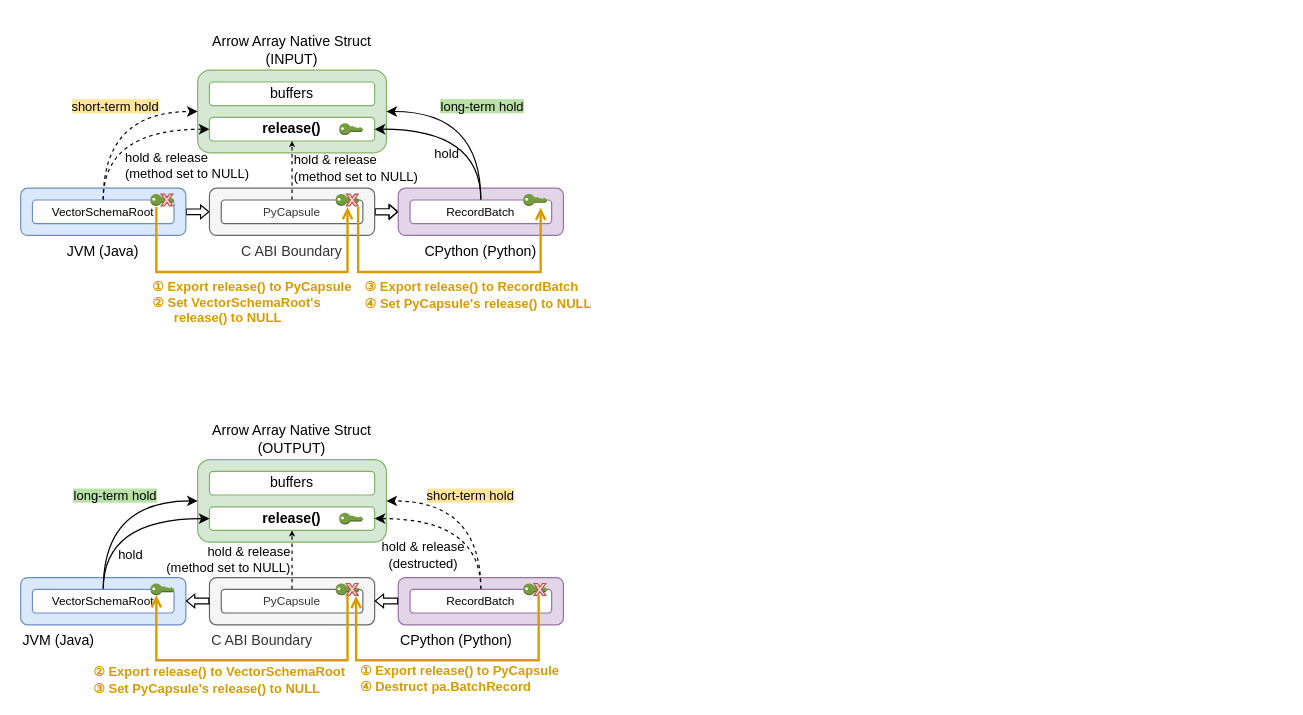
Above: page "transfer-owner" (6 of 14) of grad.drawio in shinyano/drawio (draw.io), before the change. Source tidied: cells renumbered, new cells numbered last; positions are measured from the earlier drawing's top-left corner, leaving out a move shared by most shapes. Both pictures are drawn from the tidied source at 118%, with x=0, y=0 at pixel (20, 70).
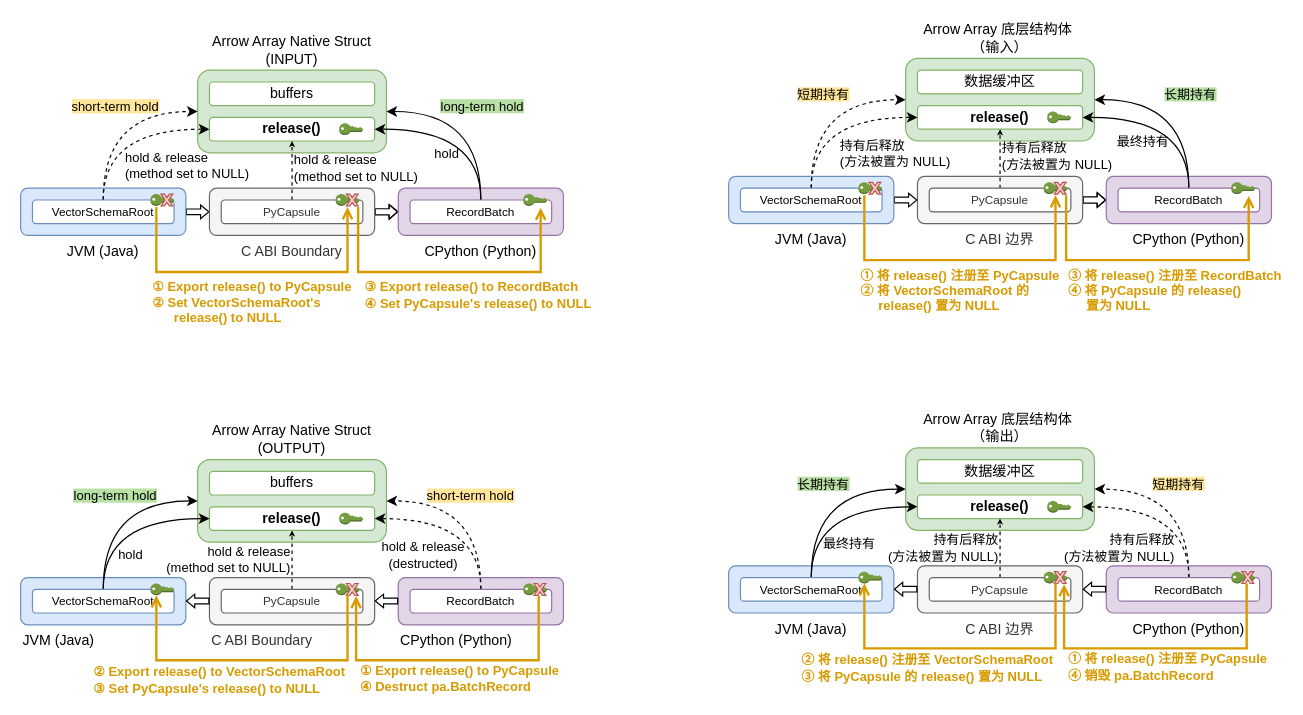
After the change.

Change to the diagram source:
```diff
@@
+    <mxCell id="64" value="Arrow Array 底层结构体&amp;nbsp;&lt;div&gt;（输入）&lt;/div&gt;" style="rounded=1;whiteSpace=wrap;html=1;labelPosition=center;verticalLabelPosition=top;align=center;verticalAlign=bottom;fillColor=#d5e8d4;strokeColor=#82b366;" parent="1" vertex="1">
+      <mxGeometry x="750" y="-10" width="160" height="70" as="geometry" />
+    </mxCell>
+    <mxCell id="65" value="数据缓冲区" style="rounded=1;whiteSpace=wrap;html=1;fillColor=default;strokeColor=#82b366;" parent="1" vertex="1">
+      <mxGeometry x="760" width="140" height="20" as="geometry" />
+    </mxCell>
+    <mxCell id="66" value="release()" style="rounded=1;whiteSpace=wrap;html=1;fillColor=default;strokeColor=#82b366;fontStyle=1;" parent="1" vertex="1">
+      <mxGeometry x="760" y="30" width="140" height="20" as="geometry" />
+    </mxCell>
+    <mxCell id="67" style="dashed=0;verticalLabelPosition=bottom;verticalAlign=top;align=center;html=1;shape=mxgraph.aws3.add_on;fillColor=#759C3E;gradientColor=none;" parent="1" vertex="1">
+      <mxGeometry x="870" y="35" width="20" height="10" as="geometry" />
+    </mxCell>
+    <mxCell id="68" style="edgeStyle=orthogonalEdgeStyle;rounded=0;jettySize=auto;html=1;exitX=1;exitY=0.5;exitDx=0;exitDy=0;entryX=0;entryY=0.5;entryDx=0;entryDy=0;shape=flexArrow;width=4.814814814814815;endSize=2.009259259259259;endWidth=5.757887517146776;" parent="1" edge="1" source="69" target="77">
+      <mxGeometry relative="1" as="geometry" />
+    </mxCell>
+    <mxCell id="69" value="JVM (Java)" style="rounded=1;whiteSpace=wrap;html=1;verticalAlign=top;labelPosition=center;verticalLabelPosition=bottom;align=center;fillColor=#dae8fc;strokeColor=#6c8ebf;" parent="1" vertex="1">
+      <mxGeometry x="600" y="90" width="140" height="40" as="geometry" />
+    </mxCell>
+    <mxCell id="70" style="edgeStyle=orthogonalEdgeStyle;rounded=0;jettySize=auto;html=1;exitX=0.5;exitY=0;exitDx=0;exitDy=0;entryX=0;entryY=0.5;entryDx=0;entryDy=0;curved=1;dashed=1;" parent="1" edge="1" source="74" target="64">
+      <mxGeometry relative="1" as="geometry" />
+    </mxCell>
+    <mxCell id="71" value="&lt;span style=&quot;background-color: rgb(255, 229, 153);&quot;&gt;短期持有&lt;/span&gt;" style="edgeLabel;html=1;align=center;verticalAlign=middle;labelBackgroundColor=none;" parent="70" vertex="1">
+      <mxGeometry x="0.32" y="-18" relative="1" as="geometry">
+        <mxPoint x="-18" y="-23" as="offset" />
+      </mxGeometry>
+    </mxCell>
+    <mxCell id="72" style="edgeStyle=orthogonalEdgeStyle;rounded=0;jettySize=auto;html=1;exitX=0.5;exitY=0;exitDx=0;exitDy=0;entryX=0;entryY=0.5;entryDx=0;entryDy=0;curved=1;dashed=1;" parent="1" edge="1" source="74" target="66">
+      <mxGeometry relative="1" as="geometry" />
+    </mxCell>
+    <mxCell id="73" value="&lt;div style=&quot;text-align: left;&quot;&gt;&lt;span style=&quot;background-color: transparent; color: light-dark(rgb(0, 0, 0), rgb(255, 255, 255));&quot;&gt;持有后释放&lt;/span&gt;&lt;/div&gt;&lt;div style=&quot;&quot;&gt;(方法&lt;span style=&quot;text-align: left;&quot;&gt;被置为 NULL&lt;/span&gt;)&lt;/div&gt;" style="edgeLabel;html=1;align=center;verticalAlign=middle;labelBackgroundColor=none;" parent="72" vertex="1">
+      <mxGeometry x="0.52" y="-6" relative="1" as="geometry">
+        <mxPoint x="16" y="24" as="offset" />
+      </mxGeometry>
+    </mxCell>
+    <mxCell id="74" value="VectorSchemaRoot" style="rounded=1;whiteSpace=wrap;html=1;fillColor=default;strokeColor=#6c8ebf;fontSize=10;" parent="1" vertex="1">
+      <mxGeometry x="610" y="100" width="120" height="20" as="geometry" />
+    </mxCell>
+    <mxCell id="75" style="dashed=0;verticalLabelPosition=bottom;verticalAlign=top;align=center;html=1;shape=mxgraph.aws3.add_on;fillColor=#759C3E;gradientColor=none;" parent="1" vertex="1">
+      <mxGeometry x="710" y="95" width="20" height="10" as="geometry" />
+    </mxCell>
+    <mxCell id="76" style="edgeStyle=orthogonalEdgeStyle;rounded=0;jettySize=auto;html=1;entryX=0;entryY=0.5;entryDx=0;entryDy=0;strokeColor=default;align=center;verticalAlign=middle;fontFamily=Helvetica;fontSize=11;fontColor=default;labelBackgroundColor=default;endArrow=classic;shape=flexArrow;width=5.1923076923076925;endSize=2.0749999999999997;endWidth=6.26886145404664;" parent="1" edge="1" source="77" target="83">
+      <mxGeometry relative="1" as="geometry" />
+    </mxCell>
+    <mxCell id="77" value="C ABI 边界" style="rounded=1;whiteSpace=wrap;html=1;fillColor=#f5f5f5;fontColor=#333333;strokeColor=#666666;labelPosition=center;verticalLabelPosition=bottom;align=center;verticalAlign=top;" parent="1" vertex="1">
+      <mxGeometry x="760" y="90" width="140" height="40" as="geometry" />
+    </mxCell>
+    <mxCell id="78" style="edgeStyle=orthogonalEdgeStyle;rounded=0;jettySize=auto;html=1;exitX=0.5;exitY=0;exitDx=0;exitDy=0;entryX=0.5;entryY=1;entryDx=0;entryDy=0;dashed=1;endSize=2;jumpStyle=gap;" parent="1" edge="1" source="80" target="66">
+      <mxGeometry relative="1" as="geometry" />
+    </mxCell>
+    <mxCell id="79" value="&lt;div style=&quot;&quot;&gt;&lt;div&gt;&lt;span style=&quot;background-color: transparent; color: light-dark(rgb(0, 0, 0), rgb(255, 255, 255));&quot;&gt;持有后释放&lt;/span&gt;&lt;/div&gt;&lt;div style=&quot;text-align: center;&quot;&gt;(方法&lt;span style=&quot;text-align: left;&quot;&gt;被置为 NULL&lt;/span&gt;)&lt;/div&gt;&lt;/div&gt;" style="edgeLabel;html=1;align=left;verticalAlign=middle;labelBackgroundColor=none;" parent="78" vertex="1">
+      <mxGeometry x="0.02" y="-3" relative="1" as="geometry">
+        <mxPoint x="-3" y="-2" as="offset" />
+      </mxGeometry>
+    </mxCell>
+    <mxCell id="80" value="PyCapsule" style="rounded=1;whiteSpace=wrap;html=1;fillColor=default;strokeColor=#666666;fontSize=10;fontColor=#333333;" parent="1" vertex="1">
+      <mxGeometry x="770" y="100" width="120" height="20" as="geometry" />
+    </mxCell>
+    <mxCell id="81" style="dashed=0;verticalLabelPosition=bottom;verticalAlign=top;align=center;html=1;shape=mxgraph.aws3.add_on;fillColor=#759C3E;gradientColor=none;" parent="1" vertex="1">
+      <mxGeometry x="867" y="95" width="20" height="10" as="geometry" />
+    </mxCell>
+    <mxCell id="82" style="verticalLabelPosition=bottom;verticalAlign=top;html=1;shape=mxgraph.basic.x;fillColor=#f8cecc;strokeColor=#b85450;" parent="1" vertex="1">
+      <mxGeometry x="876" y="95" width="10" height="10" as="geometry" />
+    </mxCell>
+    <mxCell id="83" value="CPython (Python)" style="rounded=1;whiteSpace=wrap;html=1;fillColor=#e1d5e7;strokeColor=#9673a6;labelPosition=center;verticalLabelPosition=bottom;align=center;verticalAlign=top;" parent="1" vertex="1">
+      <mxGeometry x="920" y="90" width="140" height="40" as="geometry" />
+    </mxCell>
+    <mxCell id="84" style="edgeStyle=orthogonalEdgeStyle;rounded=0;jettySize=auto;html=1;exitX=0.5;exitY=0;exitDx=0;exitDy=0;entryX=1;entryY=0.5;entryDx=0;entryDy=0;curved=1;" parent="1" edge="1" source="87" target="64">
+      <mxGeometry relative="1" as="geometry" />
+    </mxCell>
+    <mxCell id="85" style="edgeStyle=orthogonalEdgeStyle;rounded=0;jettySize=auto;html=1;exitX=0.5;exitY=0;exitDx=0;exitDy=0;entryX=1;entryY=0.5;entryDx=0;entryDy=0;curved=1;" parent="1" edge="1" source="87" target="66">
+      <mxGeometry relative="1" as="geometry" />
+    </mxCell>
+    <mxCell id="86" value="最终持有" style="edgeLabel;html=1;align=center;verticalAlign=middle;labelBackgroundColor=none;" parent="85" vertex="1">
+      <mxGeometry x="0.26" y="12" relative="1" as="geometry">
+        <mxPoint x="-5" y="8" as="offset" />
+      </mxGeometry>
+    </mxCell>
+    <mxCell id="87" value="RecordBatch" style="rounded=1;whiteSpace=wrap;html=1;fillColor=default;strokeColor=#9673a6;fontSize=10;" parent="1" vertex="1">
+      <mxGeometry x="930" y="100" width="120" height="20" as="geometry" />
+    </mxCell>
+    <mxCell id="88" style="dashed=0;verticalLabelPosition=bottom;verticalAlign=top;align=center;html=1;shape=mxgraph.aws3.add_on;fillColor=#759C3E;gradientColor=none;" parent="1" vertex="1">
+      <mxGeometry x="1026" y="95" width="20" height="10" as="geometry" />
+    </mxCell>
+    <mxCell id="89" style="verticalLabelPosition=bottom;verticalAlign=top;html=1;shape=mxgraph.basic.x;fillColor=#f8cecc;strokeColor=#b85450;" parent="1" vertex="1">
+      <mxGeometry x="719" y="95" width="10" height="10" as="geometry" />
+    </mxCell>
+    <mxCell id="90" value="Arrow Array 底层结构体&amp;nbsp;&lt;div&gt;（输出）&lt;/div&gt;" style="rounded=1;whiteSpace=wrap;html=1;labelPosition=center;verticalLabelPosition=top;align=center;verticalAlign=bottom;fillColor=#d5e8d4;strokeColor=#82b366;" parent="1" vertex="1">
+      <mxGeometry x="750" y="320" width="160" height="70" as="geometry" />
+    </mxCell>
+    <mxCell id="91" value="数据缓冲区" style="rounded=1;whiteSpace=wrap;html=1;fillColor=default;strokeColor=#82b366;" parent="1" vertex="1">
+      <mxGeometry x="760" y="330" width="140" height="20" as="geometry" />
+    </mxCell>
+    <mxCell id="92" value="release()" style="rounded=1;whiteSpace=wrap;html=1;fillColor=default;strokeColor=#82b366;fontStyle=1;" parent="1" vertex="1">
+      <mxGeometry x="760" y="360" width="140" height="20" as="geometry" />
+    </mxCell>
+    <mxCell id="93" style="dashed=0;verticalLabelPosition=bottom;verticalAlign=top;align=center;html=1;shape=mxgraph.aws3.add_on;fillColor=#759C3E;gradientColor=none;" parent="1" vertex="1">
+      <mxGeometry x="870" y="365" width="20" height="10" as="geometry" />
+    </mxCell>
+    <mxCell id="94" value="JVM (Java)" style="rounded=1;whiteSpace=wrap;html=1;verticalAlign=top;labelPosition=center;verticalLabelPosition=bottom;align=center;fillColor=#dae8fc;strokeColor=#6c8ebf;" parent="1" vertex="1">
+      <mxGeometry x="600" y="420" width="140" height="40" as="geometry" />
+    </mxCell>
+    <mxCell id="95" style="edgeStyle=orthogonalEdgeStyle;rounded=0;jettySize=auto;html=1;exitX=0.5;exitY=0;exitDx=0;exitDy=0;entryX=0;entryY=0.5;entryDx=0;entryDy=0;curved=1;" parent="1" edge="1" source="99" target="90">
+      <mxGeometry relative="1" as="geometry" />
+    </mxCell>
+    <mxCell id="96" value="&lt;span style=&quot;background-color: rgb(185, 224, 165);&quot;&gt;长期持有&lt;/span&gt;" style="edgeLabel;html=1;align=center;verticalAlign=middle;labelBackgroundColor=none;" parent="95" vertex="1">
+      <mxGeometry x="0.32" y="-18" relative="1" as="geometry">
+        <mxPoint x="-18" y="-23" as="offset" />
+      </mxGeometry>
+    </mxCell>
+    <mxCell id="97" style="edgeStyle=orthogonalEdgeStyle;rounded=0;jettySize=auto;html=1;exitX=0.5;exitY=0;exitDx=0;exitDy=0;entryX=0;entryY=0.5;entryDx=0;entryDy=0;curved=1;" parent="1" edge="1" source="99" target="92">
+      <mxGeometry relative="1" as="geometry" />
+    </mxCell>
+    <mxCell id="98" value="最终持有" style="edgeLabel;html=1;align=center;verticalAlign=middle;labelBackgroundColor=none;" parent="97" vertex="1">
+      <mxGeometry x="0.52" y="-6" relative="1" as="geometry">
+        <mxPoint x="-23" y="24" as="offset" />
+      </mxGeometry>
+    </mxCell>
+    <mxCell id="99" value="VectorSchemaRoot" style="rounded=1;whiteSpace=wrap;html=1;fillColor=default;strokeColor=#6c8ebf;fontSize=10;" parent="1" vertex="1">
+      <mxGeometry x="610" y="430" width="120" height="20" as="geometry" />
+    </mxCell>
+    <mxCell id="100" style="outlineConnect=0;dashed=0;verticalLabelPosition=bottom;verticalAlign=top;align=center;html=1;shape=mxgraph.aws3.add_on;fillColor=#759C3E;gradientColor=none;" parent="1" vertex="1">
+      <mxGeometry x="710" y="425" width="20" height="10" as="geometry" />
+    </mxCell>
+    <mxCell id="101" value="C ABI 边界" style="rounded=1;whiteSpace=wrap;html=1;fillColor=#f5f5f5;fontColor=#333333;strokeColor=#666666;labelPosition=center;verticalLabelPosition=bottom;align=center;verticalAlign=top;" parent="1" vertex="1">
+      <mxGeometry x="760" y="420" width="140" height="40" as="geometry" />
+    </mxCell>
+    <mxCell id="102" style="edgeStyle=orthogonalEdgeStyle;rounded=0;jettySize=auto;html=1;exitX=0.5;exitY=0;exitDx=0;exitDy=0;entryX=0.5;entryY=1;entryDx=0;entryDy=0;dashed=1;endSize=2;jumpStyle=gap;" parent="1" edge="1" source="104" target="92">
+      <mxGeometry relative="1" as="geometry" />
+    </mxCell>
+    <mxCell id="103" value="&lt;div style=&quot;&quot;&gt;&lt;div style=&quot;&quot;&gt;&lt;span style=&quot;background-color: transparent; color: light-dark(rgb(0, 0, 0), rgb(255, 255, 255));&quot;&gt;持有后释放&lt;/span&gt;&lt;/div&gt;&lt;div style=&quot;&quot;&gt;(方法&lt;span style=&quot;&quot;&gt;被置为 NULL&lt;/span&gt;)&lt;/div&gt;&lt;/div&gt;" style="edgeLabel;html=1;align=right;verticalAlign=middle;labelBackgroundColor=none;" parent="102" vertex="1">
+      <mxGeometry x="0.02" y="-3" relative="1" as="geometry">
+        <mxPoint x="-4" as="offset" />
+      </mxGeometry>
+    </mxCell>
+    <mxCell id="104" value="PyCapsule" style="rounded=1;whiteSpace=wrap;html=1;fillColor=default;strokeColor=#666666;fontSize=10;fontColor=#333333;" parent="1" vertex="1">
+      <mxGeometry x="770" y="430" width="120" height="20" as="geometry" />
+    </mxCell>
+    <mxCell id="105" value="CPython (Python)" style="rounded=1;whiteSpace=wrap;html=1;fillColor=#e1d5e7;strokeColor=#9673a6;labelPosition=center;verticalLabelPosition=bottom;align=center;verticalAlign=top;" parent="1" vertex="1">
+      <mxGeometry x="920" y="420" width="140" height="40" as="geometry" />
+    </mxCell>
+    <mxCell id="106" style="edgeStyle=orthogonalEdgeStyle;rounded=0;jettySize=auto;html=1;exitX=0.5;exitY=0;exitDx=0;exitDy=0;entryX=1;entryY=0.5;entryDx=0;entryDy=0;curved=1;dashed=1;" parent="1" edge="1" source="110" target="90">
+      <mxGeometry relative="1" as="geometry" />
+    </mxCell>
+    <mxCell id="107" value="&lt;span style=&quot;background-color: rgb(255, 229, 153);&quot;&gt;短期持有&lt;/span&gt;" style="edgeLabel;html=1;align=center;verticalAlign=middle;labelBackgroundColor=none;" parent="106" vertex="1">
+      <mxGeometry x="0.25" y="11" relative="1" as="geometry">
+        <mxPoint x="12" y="-16" as="offset" />
+      </mxGeometry>
+    </mxCell>
+    <mxCell id="108" style="edgeStyle=orthogonalEdgeStyle;rounded=0;jettySize=auto;html=1;exitX=0.5;exitY=0;exitDx=0;exitDy=0;entryX=1;entryY=0.5;entryDx=0;entryDy=0;curved=1;dashed=1;" parent="1" edge="1" source="110" target="92">
+      <mxGeometry relative="1" as="geometry" />
+    </mxCell>
+    <mxCell id="109" value="&lt;div style=&quot;text-align: right;&quot;&gt;&lt;span style=&quot;background-color: transparent; color: light-dark(rgb(0, 0, 0), rgb(255, 255, 255));&quot;&gt;持有后释放&lt;/span&gt;&lt;/div&gt;&lt;div style=&quot;text-align: right;&quot;&gt;(方法被置为 NULL)&lt;/div&gt;" style="edgeLabel;html=1;align=center;verticalAlign=middle;labelBackgroundColor=none;labelBorderColor=none;" parent="108" vertex="1">
+      <mxGeometry x="0.26" y="12" relative="1" as="geometry">
+        <mxPoint x="-25" y="22" as="offset" />
+      </mxGeometry>
+    </mxCell>
+    <mxCell id="110" value="RecordBatch" style="rounded=1;whiteSpace=wrap;html=1;fillColor=default;strokeColor=#9673a6;fontSize=10;" parent="1" vertex="1">
+      <mxGeometry x="930" y="430" width="120" height="20" as="geometry" />
+    </mxCell>
+    <mxCell id="111" style="dashed=0;verticalLabelPosition=bottom;verticalAlign=top;align=center;html=1;shape=mxgraph.aws3.add_on;fillColor=#759C3E;gradientColor=none;" parent="1" vertex="1">
+      <mxGeometry x="1026" y="425" width="20" height="10" as="geometry" />
+    </mxCell>
+    <mxCell id="112" style="verticalLabelPosition=bottom;verticalAlign=top;html=1;shape=mxgraph.basic.x;fillColor=#f8cecc;strokeColor=#b85450;" parent="1" vertex="1">
+      <mxGeometry x="1035" y="425" width="10" height="10" as="geometry" />
+    </mxCell>
+    <mxCell id="113" style="outlineConnect=0;dashed=0;verticalLabelPosition=bottom;verticalAlign=top;align=center;html=1;shape=mxgraph.aws3.add_on;fillColor=#759C3E;gradientColor=none;" parent="1" vertex="1">
+      <mxGeometry x="867" y="425" width="20" height="10" as="geometry" />
+    </mxCell>
+    <mxCell id="114" style="verticalLabelPosition=bottom;verticalAlign=top;html=1;shape=mxgraph.basic.x;fillColor=#f8cecc;strokeColor=#b85450;" parent="1" vertex="1">
+      <mxGeometry x="876" y="425" width="10" height="10" as="geometry" />
+    </mxCell>
+    <mxCell id="115" style="edgeStyle=orthogonalEdgeStyle;rounded=0;orthogonalLoop=1;jettySize=auto;html=1;entryX=0.43;entryY=1.057;entryDx=0;entryDy=0;entryPerimeter=0;strokeWidth=2;fillColor=#ffe6cc;strokeColor=#D79B00;exitX=0;exitY=1;exitDx=0;exitDy=0;exitPerimeter=0;endArrow=open;endFill=0;" parent="1" edge="1">
+      <mxGeometry relative="1" as="geometry">
+        <mxPoint x="1039" y="435" as="sourcePoint" />
+        <mxPoint x="884.3" y="435.6" as="targetPoint" />
+        <Array as="points">
+          <mxPoint x="1039" y="490" />
+          <mxPoint x="884" y="490" />
+        </Array>
+      </mxGeometry>
+    </mxCell>
+    <mxCell id="116" value="① 将 release() 注册至 PyCapsule&lt;div&gt;④ 销毁 pa.BatchRecord&lt;/div&gt;" style="edgeLabel;html=1;align=left;verticalAlign=middle;labelBackgroundColor=none;fontColor=#D79B00;fontStyle=1;" parent="115" vertex="1">
+      <mxGeometry x="-0.61" relative="1" as="geometry">
+        <mxPoint x="-153" y="19" as="offset" />
+      </mxGeometry>
+    </mxCell>
+    <mxCell id="117" style="edgeStyle=orthogonalEdgeStyle;rounded=0;orthogonalLoop=1;jettySize=auto;html=1;exitX=1;exitY=0.5;exitDx=0;exitDy=0;entryX=0;entryY=0.5;entryDx=0;entryDy=0;shape=flexArrow;width=4.814814814814815;endSize=2.009259259259259;endWidth=5.757887517146776;" parent="1" edge="1">
+      <mxGeometry relative="1" as="geometry">
+        <mxPoint x="760" y="439.8" as="sourcePoint" />
+        <mxPoint x="740" y="439.8" as="targetPoint" />
+      </mxGeometry>
+    </mxCell>
+    <mxCell id="118" style="edgeStyle=orthogonalEdgeStyle;rounded=0;orthogonalLoop=1;jettySize=auto;html=1;exitX=1;exitY=0.5;exitDx=0;exitDy=0;entryX=0;entryY=0.5;entryDx=0;entryDy=0;shape=flexArrow;width=4.814814814814815;endSize=2.009259259259259;endWidth=5.757887517146776;" parent="1" edge="1">
+      <mxGeometry relative="1" as="geometry">
+        <mxPoint x="920" y="439.8" as="sourcePoint" />
+        <mxPoint x="900" y="439.8" as="targetPoint" />
+      </mxGeometry>
+    </mxCell>
+    <mxCell id="119" style="edgeStyle=orthogonalEdgeStyle;rounded=0;jettySize=auto;html=1;entryX=0.25;entryY=1;entryDx=0;entryDy=0;entryPerimeter=0;strokeWidth=2;fillColor=#ffe6cc;strokeColor=#d79b00;endArrow=open;endFill=0;" parent="1" edge="1" source="113" target="100">
+      <mxGeometry relative="1" as="geometry">
+        <Array as="points">
+          <mxPoint x="877" y="490" />
+          <mxPoint x="715" y="490" />
+        </Array>
+      </mxGeometry>
+    </mxCell>
+    <mxCell id="120" value="② 将 release() 注册至 VectorSchemaRoot&lt;br&gt;&lt;div&gt;&lt;span style=&quot;background-color: transparent; color: light-dark(rgb(215, 155, 0), rgb(153, 101, 0));&quot;&gt;③&lt;/span&gt;&amp;nbsp;将 PyCapsule 的 release() 置为 NULL&lt;/div&gt;" style="edgeLabel;html=1;align=left;verticalAlign=middle;labelBackgroundColor=none;fontColor=#D79B00;fontStyle=1;" parent="1" vertex="1">
+      <mxGeometry x="660" y="506" as="geometry" />
+    </mxCell>
+    <mxCell id="121" value="&lt;span style=&quot;background-color: rgb(185, 224, 165);&quot;&gt;长期持有&lt;/span&gt;" style="edgeLabel;html=1;align=center;verticalAlign=middle;labelBackgroundColor=none;" parent="1" vertex="1">
+      <mxGeometry x="990" y="20" as="geometry" />
+    </mxCell>
+    <mxCell id="122" style="edgeStyle=orthogonalEdgeStyle;rounded=0;orthogonalLoop=1;jettySize=auto;html=1;entryX=0.25;entryY=1;entryDx=0;entryDy=0;entryPerimeter=0;strokeWidth=2;fillColor=#ffe6cc;strokeColor=#d79b00;endArrow=open;endFill=0;" parent="1" edge="1">
+      <mxGeometry relative="1" as="geometry">
+        <mxPoint x="715" y="106" as="sourcePoint" />
+        <mxPoint x="877" y="106" as="targetPoint" />
+        <Array as="points">
+          <mxPoint x="715" y="161" />
+          <mxPoint x="877" y="161" />
+        </Array>
+      </mxGeometry>
+    </mxCell>
+    <mxCell id="123" style="edgeStyle=orthogonalEdgeStyle;rounded=0;orthogonalLoop=1;jettySize=auto;html=1;entryX=0.43;entryY=1.057;entryDx=0;entryDy=0;entryPerimeter=0;strokeWidth=2;fillColor=#ffe6cc;strokeColor=#D79B00;exitX=0;exitY=1;exitDx=0;exitDy=0;exitPerimeter=0;endArrow=open;endFill=0;" parent="1" edge="1">
+      <mxGeometry relative="1" as="geometry">
+        <mxPoint x="886" y="106" as="sourcePoint" />
+        <mxPoint x="1040.7" y="106.6" as="targetPoint" />
+        <Array as="points">
+          <mxPoint x="886" y="161" />
+          <mxPoint x="1041" y="161" />
+        </Array>
+      </mxGeometry>
+    </mxCell>
+    <mxCell id="124" value="① 将 release() 注册至 PyCapsule&lt;br&gt;&lt;div&gt;&lt;span style=&quot;background-color: transparent; color: light-dark(rgb(215, 155, 0), rgb(153, 101, 0));&quot;&gt;②&lt;/span&gt;&amp;nbsp;&lt;span style=&quot;background-color: transparent;&quot;&gt;将 VectorSchemaRoot 的&amp;nbsp;&lt;/span&gt;&lt;/div&gt;&lt;div&gt;&lt;span style=&quot;background-color: transparent;&quot;&gt;&amp;nbsp; &amp;nbsp; &amp;nbsp;release() 置为 NULL&lt;/span&gt;&lt;/div&gt;" style="edgeLabel;html=1;align=left;verticalAlign=middle;labelBackgroundColor=none;fontColor=#D79B00;fontStyle=1;" parent="1" vertex="1">
+      <mxGeometry x="710" y="186" as="geometry" />
+    </mxCell>
+    <mxCell id="125" value="③&amp;nbsp;将 release() 注册至 RecordBatch&lt;br&gt;&lt;div&gt;&lt;span style=&quot;background-color: transparent; color: light-dark(rgb(215, 155, 0), rgb(153, 101, 0));&quot;&gt;④&lt;/span&gt;&lt;span style=&quot;background-color: transparent; color: light-dark(rgb(215, 155, 0), rgb(153, 101, 0));&quot;&gt;&amp;nbsp;&lt;/span&gt;&lt;span style=&quot;background-color: transparent;&quot;&gt;将 PyCapsule 的 release()&amp;nbsp;&lt;/span&gt;&lt;/div&gt;&lt;div&gt;&lt;span style=&quot;background-color: transparent;&quot;&gt;&amp;nbsp; &amp;nbsp; &amp;nbsp;置为 NULL&lt;/span&gt;&lt;/div&gt;" style="edgeLabel;html=1;align=left;verticalAlign=middle;labelBackgroundColor=none;fontColor=#D79B00;fontStyle=1;" parent="1" vertex="1">
+      <mxGeometry x="886" y="186" as="geometry" />
+    </mxCell>
```
